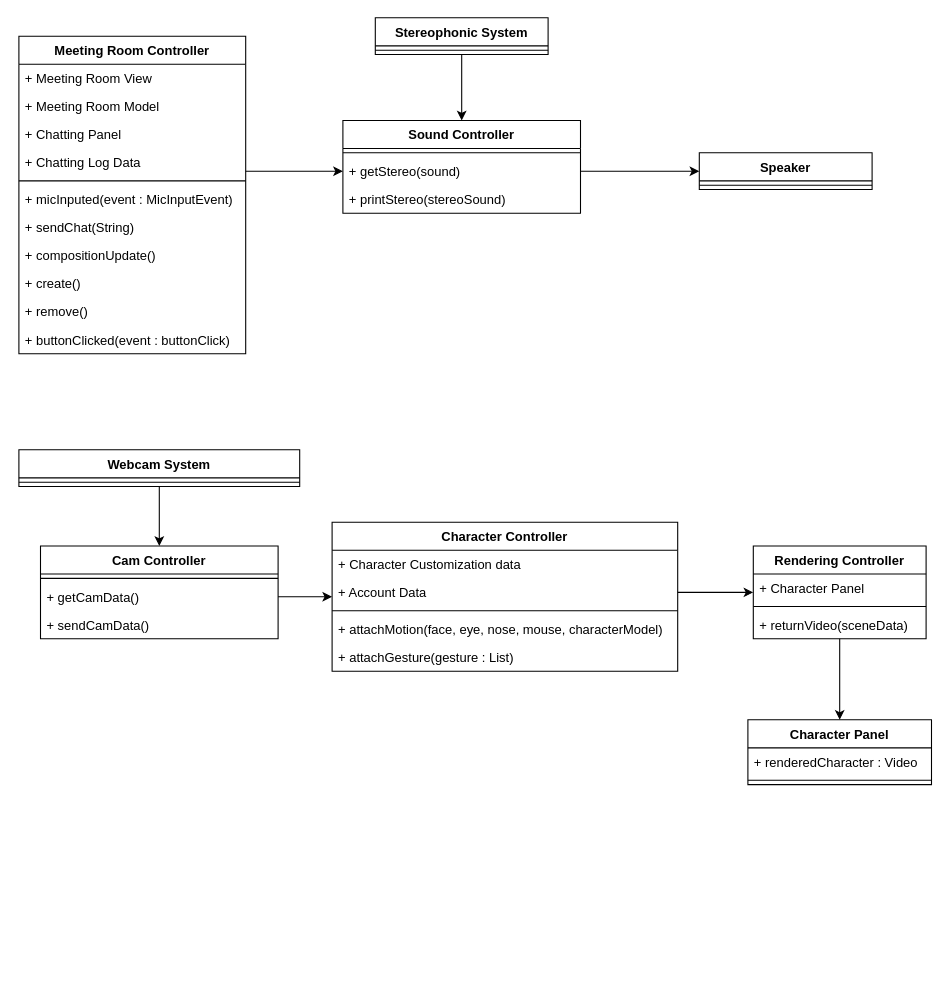
ONFFLine/Diagram keeps this draw.io diagram as CD7.drawio. Above is the earlier version. Source tidied: cells renumbered, new cells numbered last; positions are measured from the earlier drawing's top-left corner, leaving out a move shared by most shapes. Both pictures are drawn from the tidied source at 108%, with x=0, y=0 at pixel (18, 17).
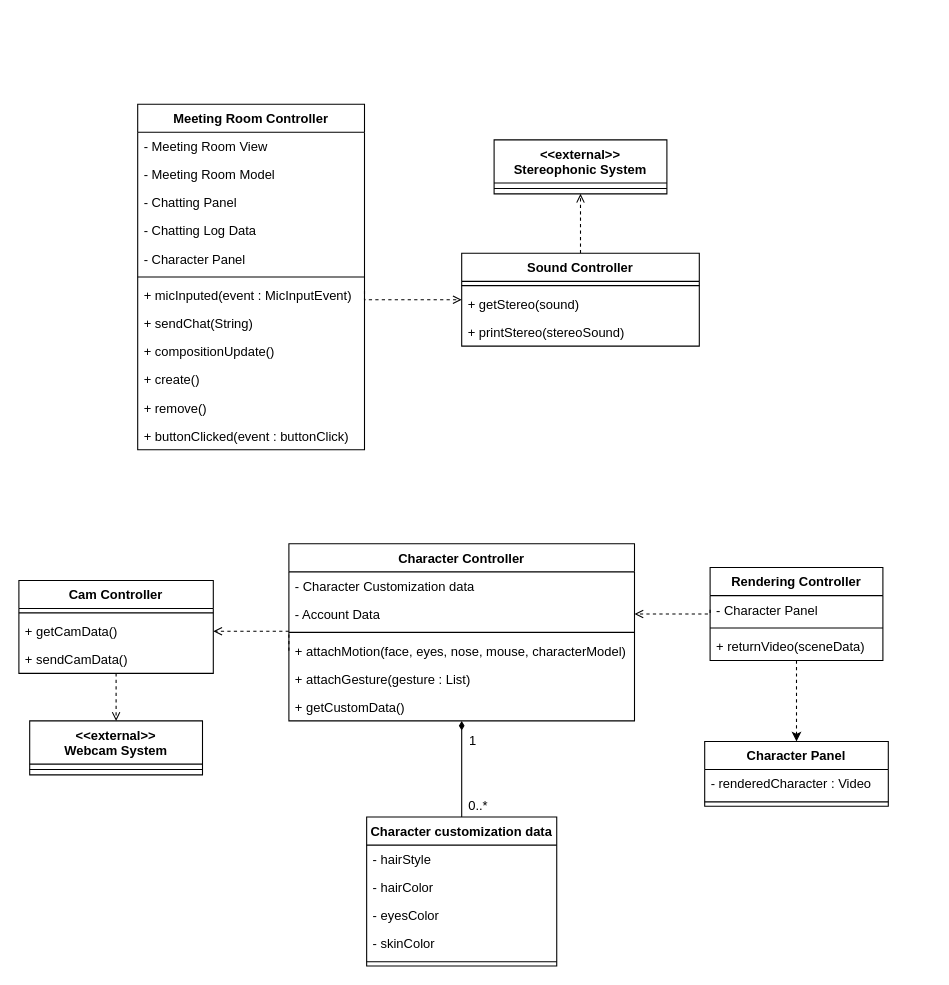
After the change.

The change refers to these unchanged cells:
```xml
<mxCell id="16" value="+ getStereo(sound)" style="text;strokeColor=none;fillColor=none;align=left;verticalAlign=top;spacingLeft=4;spacingRight=4;overflow=hidden;points=[[0,0.5],[1,0.5]];portConstraint=eastwest;" parent="14" vertex="1">
  <mxGeometry y="34" width="220" height="26" as="geometry" />
</mxCell>
```

The edit, as a diff of the source:
```diff
@@
     <mxCell id="2" value="Meeting Room Controller" style="swimlane;fontStyle=1;align=center;verticalAlign=top;horizontal=1;startSize=26;" parent="1" vertex="1">
-      <mxGeometry y="17" width="210" height="294" as="geometry" />
+      <mxGeometry x="110" y="80" width="210" height="320" as="geometry" />
     </mxCell>
-    <mxCell id="3" value="+ Meeting Room View" style="text;strokeColor=none;fillColor=none;align=left;verticalAlign=top;spacingLeft=4;spacingRight=4;overflow=hidden;" parent="2" vertex="1">
+    <mxCell id="3" value="- Meeting Room View" style="text;strokeColor=none;fillColor=none;align=left;verticalAlign=top;spacingLeft=4;spacingRight=4;overflow=hidden;" parent="2" vertex="1">
       <mxGeometry y="26" width="210" height="26" as="geometry" />
     </mxCell>
-    <mxCell id="4" value="+ Meeting Room Model" style="text;strokeColor=none;fillColor=none;align=left;verticalAlign=top;spacingLeft=4;spacingRight=4;overflow=hidden;" parent="2" vertex="1">
+    <mxCell id="4" value="- Meeting Room Model" style="text;strokeColor=none;fillColor=none;align=left;verticalAlign=top;spacingLeft=4;spacingRight=4;overflow=hidden;" parent="2" vertex="1">
       <mxGeometry y="52" width="210" height="26" as="geometry" />
     </mxCell>
-    <mxCell id="5" value="+ Chatting Panel" style="text;strokeColor=none;fillColor=none;align=left;verticalAlign=top;spacingLeft=4;spacingRight=4;overflow=hidden;" parent="2" vertex="1">
+    <mxCell id="5" value="- Chatting Panel" style="text;strokeColor=none;fillColor=none;align=left;verticalAlign=top;spacingLeft=4;spacingRight=4;overflow=hidden;" parent="2" vertex="1">
       <mxGeometry y="78" width="210" height="26" as="geometry" />
     </mxCell>
+    <mxCell id="48" value="- Chatting Log Data" style="text;strokeColor=none;fillColor=none;align=left;verticalAlign=top;spacingLeft=4;spacingRight=4;overflow=hidden;" parent="2" vertex="1">
+      <mxGeometry y="104" width="210" height="26" as="geometry" />
+    </mxCell>
-    <mxCell id="6" value="+ Chatting Log Data" style="text;strokeColor=none;fillColor=none;align=left;verticalAlign=top;spacingLeft=4;spacingRight=4;overflow=hidden;" parent="2" vertex="1">
-      <mxGeometry y="104" width="210" height="26" as="geometry" />
+    <mxCell id="6" value="- Character Panel" style="text;strokeColor=none;fillColor=none;align=left;verticalAlign=top;spacingLeft=4;spacingRight=4;overflow=hidden;" parent="2" vertex="1">
+      <mxGeometry y="130" width="210" height="26" as="geometry" />
     </mxCell>
     <mxCell id="7" style="line;strokeWidth=1;fillColor=none;align=left;verticalAlign=middle;spacingTop=-1;spacingLeft=3;spacingRight=3;labelPosition=right;" parent="2" vertex="1">
-      <mxGeometry y="130" width="210" height="8" as="geometry" />
+      <mxGeometry y="156" width="210" height="8" as="geometry" />
     </mxCell>
     <mxCell id="8" value="+ micInputed(event : MicInputEvent)" style="text;strokeColor=none;fillColor=none;align=left;verticalAlign=top;spacingLeft=4;spacingRight=4;overflow=hidden;" parent="2" vertex="1">
-      <mxGeometry y="138" width="210" height="26" as="geometry" />
+      <mxGeometry y="164" width="210" height="26" as="geometry" />
     </mxCell>
     <mxCell id="9" value="+ sendChat(String)" style="text;strokeColor=none;fillColor=none;align=left;verticalAlign=top;spacingLeft=4;spacingRight=4;overflow=hidden;" parent="2" vertex="1">
-      <mxGeometry y="164" width="210" height="26" as="geometry" />
+      <mxGeometry y="190" width="210" height="26" as="geometry" />
     </mxCell>
     <mxCell id="10" value="+ compositionUpdate()" style="text;strokeColor=none;fillColor=none;align=left;verticalAlign=top;spacingLeft=4;spacingRight=4;overflow=hidden;" parent="2" vertex="1">
-      <mxGeometry y="190" width="210" height="26" as="geometry" />
+      <mxGeometry y="216" width="210" height="26" as="geometry" />
     </mxCell>
     <mxCell id="11" value="+ create()" style="text;strokeColor=none;fillColor=none;align=left;verticalAlign=top;spacingLeft=4;spacingRight=4;overflow=hidden;" parent="2" vertex="1">
-      <mxGeometry y="216" width="210" height="26" as="geometry" />
+      <mxGeometry y="242" width="210" height="26" as="geometry" />
     </mxCell>
     <mxCell id="12" value="+ remove()" style="text;strokeColor=none;fillColor=none;align=left;verticalAlign=top;spacingLeft=4;spacingRight=4;overflow=hidden;" parent="2" vertex="1">
-      <mxGeometry y="242" width="210" height="26" as="geometry" />
+      <mxGeometry y="268" width="210" height="26" as="geometry" />
     </mxCell>
     <mxCell id="13" value="+ buttonClicked(event : buttonClick)" style="text;strokeColor=none;fillColor=none;align=left;verticalAlign=top;spacingLeft=4;spacingRight=4;overflow=hidden;" parent="2" vertex="1">
-      <mxGeometry y="268" width="210" height="26" as="geometry" />
+      <mxGeometry y="294" width="210" height="26" as="geometry" />
     </mxCell>
+    <mxCell id="49" style="edgeStyle=orthogonalEdgeStyle;rounded=0;jettySize=auto;html=1;exitX=0.5;exitY=0;exitDx=0;exitDy=0;entryX=0.5;entryY=1;entryDx=0;entryDy=0;dashed=1;endArrow=open;endFill=0;" parent="1" edge="1" source="14" target="24">
+      <mxGeometry relative="1" as="geometry" />
+    </mxCell>
     <mxCell id="14" value="Sound Controller" style="swimlane;fontStyle=1;align=center;verticalAlign=top;horizontal=1;startSize=26;" parent="1" vertex="1">
-      <mxGeometry x="300" y="95" width="220" height="86" as="geometry" />
+      <mxGeometry x="410" y="218" width="220" height="86" as="geometry" />
     </mxCell>
@@
-    <mxCell id="18" style="edgeStyle=orthogonalEdgeStyle;rounded=0;jettySize=auto;html=1;entryX=0.5;entryY=0;entryDx=0;entryDy=0;" parent="1" edge="1" source="19" target="40">
-      <mxGeometry relative="1" as="geometry" />
-    </mxCell>
-    <mxCell id="19" value="Webcam System" style="swimlane;fontStyle=1;align=center;verticalAlign=top;horizontal=1;startSize=26;" parent="1" vertex="1">
-      <mxGeometry y="400" width="260" height="34" as="geometry" />
-    </mxCell>
-    <mxCell id="20" style="line;strokeWidth=1;fillColor=none;align=left;verticalAlign=middle;spacingTop=-1;spacingLeft=3;spacingRight=3;labelPosition=right;" parent="19" vertex="1">
-      <mxGeometry y="26" width="260" height="8" as="geometry" />
-    </mxCell>
-    <mxCell id="21" value="Speaker" style="swimlane;fontStyle=1;align=center;verticalAlign=top;horizontal=1;startSize=26;" parent="1" vertex="1">
-      <mxGeometry x="630" y="125" width="160" height="34" as="geometry" />
-    </mxCell>
-    <mxCell id="22" style="line;strokeWidth=1;fillColor=none;align=left;verticalAlign=middle;spacingTop=-1;spacingLeft=3;spacingRight=3;labelPosition=right;" parent="21" vertex="1">
-      <mxGeometry y="26" width="160" height="8" as="geometry" />
-    </mxCell>
-    <mxCell id="23" style="edgeStyle=orthogonalEdgeStyle;rounded=0;jettySize=auto;html=1;entryX=0.5;entryY=0;entryDx=0;entryDy=0;" parent="1" edge="1" source="24" target="14">
-      <mxGeometry relative="1" as="geometry" />
-    </mxCell>
-    <mxCell id="24" value="Stereophonic System" style="swimlane;fontStyle=1;align=center;verticalAlign=top;horizontal=1;startSize=26;" parent="1" vertex="1">
-      <mxGeometry x="330" width="160" height="34" as="geometry" />
+    <mxCell id="24" value="&lt;&lt;external&gt;&gt;&#10;Stereophonic System" style="swimlane;fontStyle=1;align=center;verticalAlign=top;horizontal=1;startSize=40;" parent="1" vertex="1">
+      <mxGeometry x="440" y="113" width="160" height="50" as="geometry" />
     </mxCell>
     <mxCell id="25" style="line;strokeWidth=1;fillColor=none;align=left;verticalAlign=middle;spacingTop=-1;spacingLeft=3;spacingRight=3;labelPosition=right;" parent="24" vertex="1">
-      <mxGeometry y="26" width="160" height="8" as="geometry" />
+      <mxGeometry y="40" width="160" height="10" as="geometry" />
     </mxCell>
     <mxCell id="26" value="Character Controller" style="swimlane;fontStyle=1;align=center;verticalAlign=top;horizontal=1;startSize=26;" parent="1" vertex="1">
-      <mxGeometry x="290" y="467" width="320" height="138" as="geometry" />
+      <mxGeometry x="250" y="487" width="320" height="164" as="geometry" />
     </mxCell>
-    <mxCell id="27" value="+ Character Customization data" style="text;strokeColor=none;fillColor=none;align=left;verticalAlign=top;spacingLeft=4;spacingRight=4;overflow=hidden;" parent="26" vertex="1">
+    <mxCell id="27" value="- Character Customization data" style="text;strokeColor=none;fillColor=none;align=left;verticalAlign=top;spacingLeft=4;spacingRight=4;overflow=hidden;" parent="26" vertex="1">
       <mxGeometry y="26" width="320" height="26" as="geometry" />
     </mxCell>
-    <mxCell id="28" value="+ Account Data" style="text;strokeColor=none;fillColor=none;align=left;verticalAlign=top;spacingLeft=4;spacingRight=4;overflow=hidden;points=[[0,0.5],[1,0.5]];portConstraint=eastwest;" parent="26" vertex="1">
+    <mxCell id="28" value="- Account Data" style="text;strokeColor=none;fillColor=none;align=left;verticalAlign=top;spacingLeft=4;spacingRight=4;overflow=hidden;points=[[0,0.5],[1,0.5]];portConstraint=eastwest;" parent="26" vertex="1">
       <mxGeometry y="52" width="320" height="26" as="geometry" />
     </mxCell>
@@
-    <mxCell id="30" value="+ attachMotion(face, eye, nose, mouse, characterModel)" style="text;strokeColor=none;fillColor=none;align=left;verticalAlign=top;spacingLeft=4;spacingRight=4;overflow=hidden;points=[[0,0.5],[1,0.5]];portConstraint=eastwest;" parent="26" vertex="1">
+    <mxCell id="30" value="+ attachMotion(face, eyes, nose, mouse, characterModel)" style="text;strokeColor=none;fillColor=none;align=left;verticalAlign=top;spacingLeft=4;spacingRight=4;overflow=hidden;points=[[0,0.5],[1,0.5]];portConstraint=eastwest;" parent="26" vertex="1">
       <mxGeometry y="86" width="320" height="26" as="geometry" />
     </mxCell>
+    <mxCell id="50" value="+ attachGesture(gesture : List)" style="text;strokeColor=none;fillColor=none;align=left;verticalAlign=top;spacingLeft=4;spacingRight=4;overflow=hidden;" parent="26" vertex="1">
+      <mxGeometry y="112" width="320" height="26" as="geometry" />
+    </mxCell>
-    <mxCell id="31" value="+ attachGesture(gesture : List)" style="text;strokeColor=none;fillColor=none;align=left;verticalAlign=top;spacingLeft=4;spacingRight=4;overflow=hidden;" parent="26" vertex="1">
-      <mxGeometry y="112" width="320" height="26" as="geometry" />
+    <mxCell id="31" value="+ getCustomData()" style="text;strokeColor=none;fillColor=none;align=left;verticalAlign=top;spacingLeft=4;spacingRight=4;overflow=hidden;" parent="26" vertex="1">
+      <mxGeometry y="138" width="320" height="26" as="geometry" />
     </mxCell>
     <mxCell id="32" value="Character Panel" style="swimlane;fontStyle=1;align=center;verticalAlign=top;horizontal=1;startSize=26;" parent="1" vertex="1">
-      <mxGeometry x="675" y="650" width="170" height="60" as="geometry" />
+      <mxGeometry x="635" y="670" width="170" height="60" as="geometry" />
     </mxCell>
-    <mxCell id="33" value="+ renderedCharacter : Video" style="text;strokeColor=none;fillColor=none;align=left;verticalAlign=top;spacingLeft=4;spacingRight=4;overflow=hidden;" parent="32" vertex="1">
+    <mxCell id="33" value="- renderedCharacter : Video" style="text;strokeColor=none;fillColor=none;align=left;verticalAlign=top;spacingLeft=4;spacingRight=4;overflow=hidden;" parent="32" vertex="1">
       <mxGeometry y="26" width="170" height="26" as="geometry" />
     </mxCell>
@@
-    <mxCell id="35" style="edgeStyle=orthogonalEdgeStyle;rounded=0;jettySize=auto;html=1;entryX=0.5;entryY=0;entryDx=0;entryDy=0;" parent="1" edge="1" source="36" target="32">
+    <mxCell id="35" style="edgeStyle=orthogonalEdgeStyle;rounded=0;jettySize=auto;html=1;entryX=0.5;entryY=0;entryDx=0;entryDy=0;dashed=1;" parent="1" edge="1" source="36" target="32">
       <mxGeometry relative="1" as="geometry" />
     </mxCell>
     <mxCell id="36" value="Rendering Controller" style="swimlane;fontStyle=1;align=center;verticalAlign=top;horizontal=1;startSize=26;" parent="1" vertex="1">
-      <mxGeometry x="680" y="489" width="160" height="86" as="geometry" />
+      <mxGeometry x="640" y="509" width="160" height="86" as="geometry" />
     </mxCell>
-    <mxCell id="37" value="+ Character Panel" style="text;strokeColor=none;fillColor=none;align=left;verticalAlign=top;spacingLeft=4;spacingRight=4;overflow=hidden;points=[[0,0.5],[1,0.5]];portConstraint=eastwest;" parent="36" vertex="1">
+    <mxCell id="37" value="- Character Panel" style="text;strokeColor=none;fillColor=none;align=left;verticalAlign=top;spacingLeft=4;spacingRight=4;overflow=hidden;points=[[0,0.5],[1,0.5]];portConstraint=eastwest;" parent="36" vertex="1">
       <mxGeometry y="26" width="160" height="26" as="geometry" />
     </mxCell>
@@
+    <mxCell id="51" style="edgeStyle=orthogonalEdgeStyle;rounded=0;jettySize=auto;html=1;entryX=0.5;entryY=0;entryDx=0;entryDy=0;dashed=1;endArrow=open;endFill=0;" parent="1" edge="1" source="40" target="52">
+      <mxGeometry relative="1" as="geometry" />
+    </mxCell>
     <mxCell id="40" value="Cam Controller" style="swimlane;fontStyle=1;align=center;verticalAlign=top;horizontal=1;startSize=26;" parent="1" vertex="1">
-      <mxGeometry x="20" y="489" width="220" height="86" as="geometry" />
+      <mxGeometry y="521" width="180" height="86" as="geometry" />
     </mxCell>
     <mxCell id="41" style="line;strokeWidth=1;fillColor=none;align=left;verticalAlign=middle;spacingTop=-1;spacingLeft=3;spacingRight=3;labelPosition=right;" parent="40" vertex="1">
-      <mxGeometry y="26" width="220" height="8" as="geometry" />
+      <mxGeometry y="26" width="180" height="8" as="geometry" />
     </mxCell>
     <mxCell id="42" value="+ getCamData()" style="text;strokeColor=none;fillColor=none;align=left;verticalAlign=top;spacingLeft=4;spacingRight=4;overflow=hidden;points=[[0,0.5],[1,0.5]];portConstraint=eastwest;" parent="40" vertex="1">
-      <mxGeometry y="34" width="220" height="26" as="geometry" />
+      <mxGeometry y="34" width="180" height="26" as="geometry" />
     </mxCell>
     <mxCell id="43" value="+ sendCamData()" style="text;strokeColor=none;fillColor=none;align=left;verticalAlign=top;spacingLeft=4;spacingRight=4;overflow=hidden;" parent="40" vertex="1">
-      <mxGeometry y="60" width="220" height="26" as="geometry" />
+      <mxGeometry y="60" width="180" height="26" as="geometry" />
     </mxCell>
-    <mxCell id="44" style="edgeStyle=orthogonalEdgeStyle;rounded=0;jettySize=auto;html=1;" parent="1" edge="1" target="16">
+    <mxCell id="44" style="edgeStyle=orthogonalEdgeStyle;rounded=0;jettySize=auto;html=1;dashed=1;endArrow=open;endFill=0;" parent="1" edge="1" target="14">
       <mxGeometry relative="1" as="geometry">
-        <mxPoint x="210" y="142" as="sourcePoint" />
+        <mxPoint x="320" y="253" as="sourcePoint" />
         <Array as="points">
-          <mxPoint x="210" y="142" />
+          <mxPoint x="320" y="261" />
         </Array>
       </mxGeometry>
     </mxCell>
-    <mxCell id="45" style="edgeStyle=orthogonalEdgeStyle;rounded=0;jettySize=auto;html=1;exitX=1;exitY=0.5;exitDx=0;exitDy=0;entryX=0;entryY=0.5;entryDx=0;entryDy=0;" parent="1" edge="1" source="16" target="21">
-      <mxGeometry relative="1" as="geometry" />
-    </mxCell>
-    <mxCell id="46" style="edgeStyle=orthogonalEdgeStyle;rounded=0;jettySize=auto;html=1;exitX=1;exitY=0.5;exitDx=0;exitDy=0;entryX=0;entryY=0.5;entryDx=0;entryDy=0;" parent="1" edge="1" source="42" target="26">
-      <mxGeometry relative="1" as="geometry" />
-    </mxCell>
-    <mxCell id="47" style="edgeStyle=orthogonalEdgeStyle;rounded=0;jettySize=auto;html=1;exitX=1;exitY=0.5;exitDx=0;exitDy=0;entryX=0;entryY=0.5;entryDx=0;entryDy=0;" parent="1" edge="1" source="28" target="36">
-      <mxGeometry relative="1" as="geometry" />
-    </mxCell>
+    <mxCell id="52" value="&lt;&lt;external&gt;&gt;&#10;Webcam System" style="swimlane;fontStyle=1;align=center;verticalAlign=top;horizontal=1;startSize=40;" parent="1" vertex="1">
+      <mxGeometry x="10" y="651" width="160" height="50" as="geometry" />
+    </mxCell>
+    <mxCell id="53" style="line;strokeWidth=1;fillColor=none;align=left;verticalAlign=middle;spacingTop=-1;spacingLeft=3;spacingRight=3;labelPosition=right;" parent="52" vertex="1">
+      <mxGeometry y="40" width="160" height="10" as="geometry" />
+    </mxCell>
+    <mxCell id="54" style="edgeStyle=orthogonalEdgeStyle;rounded=0;jettySize=auto;html=1;endArrow=diamondThin;endFill=1;" parent="1" edge="1" source="55" target="26">
+      <mxGeometry relative="1" as="geometry">
+        <Array as="points">
+          <mxPoint x="410" y="680" />
+          <mxPoint x="410" y="680" />
+        </Array>
+      </mxGeometry>
+    </mxCell>
+    <mxCell id="55" value="Character customization data" style="swimlane;fontStyle=1;align=center;verticalAlign=top;horizontal=1;startSize=26;" parent="1" vertex="1">
+      <mxGeometry x="322" y="740" width="176" height="138" as="geometry" />
+    </mxCell>
+    <mxCell id="56" value="- hairStyle" style="text;strokeColor=none;fillColor=none;align=left;verticalAlign=top;spacingLeft=4;spacingRight=4;overflow=hidden;" parent="55" vertex="1">
+      <mxGeometry y="26" width="176" height="26" as="geometry" />
+    </mxCell>
+    <mxCell id="57" value="- hairColor" style="text;strokeColor=none;fillColor=none;align=left;verticalAlign=top;spacingLeft=4;spacingRight=4;overflow=hidden;" parent="55" vertex="1">
+      <mxGeometry y="52" width="176" height="26" as="geometry" />
+    </mxCell>
+    <mxCell id="58" value="- eyesColor" style="text;strokeColor=none;fillColor=none;align=left;verticalAlign=top;spacingLeft=4;spacingRight=4;overflow=hidden;" parent="55" vertex="1">
+      <mxGeometry y="78" width="176" height="26" as="geometry" />
+    </mxCell>
+    <mxCell id="59" value="- skinColor" style="text;strokeColor=none;fillColor=none;align=left;verticalAlign=top;spacingLeft=4;spacingRight=4;overflow=hidden;" parent="55" vertex="1">
+      <mxGeometry y="104" width="176" height="26" as="geometry" />
+    </mxCell>
+    <mxCell id="60" style="line;strokeWidth=1;fillColor=none;align=left;verticalAlign=middle;spacingTop=-1;spacingLeft=3;spacingRight=3;labelPosition=right;" parent="55" vertex="1">
+      <mxGeometry y="130" width="176" height="8" as="geometry" />
+    </mxCell>
+    <mxCell id="61" value="1" style="text;html=1;align=center;verticalAlign=middle;strokeColor=none;" parent="1" vertex="1">
+      <mxGeometry x="410" y="660" width="20" height="20" as="geometry" />
+    </mxCell>
+    <mxCell id="62" value="0..*" style="text;html=1;align=center;verticalAlign=middle;strokeColor=none;" parent="1" vertex="1">
+      <mxGeometry x="410" y="720" width="30" height="20" as="geometry" />
+    </mxCell>
+    <mxCell id="63" style="edgeStyle=orthogonalEdgeStyle;rounded=0;jettySize=auto;html=1;exitX=0;exitY=0.5;exitDx=0;exitDy=0;entryX=1;entryY=0.5;entryDx=0;entryDy=0;dashed=1;endArrow=open;endFill=0;" parent="1" edge="1" source="30" target="42">
+      <mxGeometry relative="1" as="geometry">
+        <Array as="points">
+          <mxPoint x="250" y="568" />
+        </Array>
+      </mxGeometry>
+    </mxCell>
+    <mxCell id="64" style="edgeStyle=orthogonalEdgeStyle;rounded=0;jettySize=auto;html=1;exitX=0;exitY=0.5;exitDx=0;exitDy=0;entryX=1;entryY=0.5;entryDx=0;entryDy=0;dashed=1;endArrow=open;endFill=0;" parent="1" edge="1" source="37" target="28">
+      <mxGeometry relative="1" as="geometry">
+        <Array as="points">
+          <mxPoint x="640" y="552" />
+        </Array>
+      </mxGeometry>
+    </mxCell>
```
